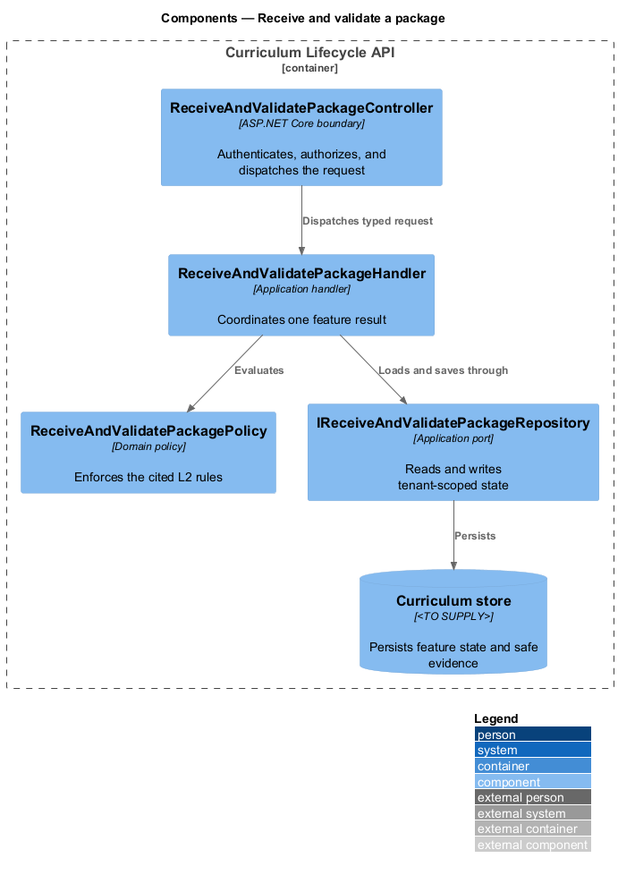
Before: docs/detailed-designs/04-curriculum-lifecycle/receive-and-validate-package/diagrams/c4-component.png, a diagram exported from PlantUML (QuinntyneBrown/RepoFluent).
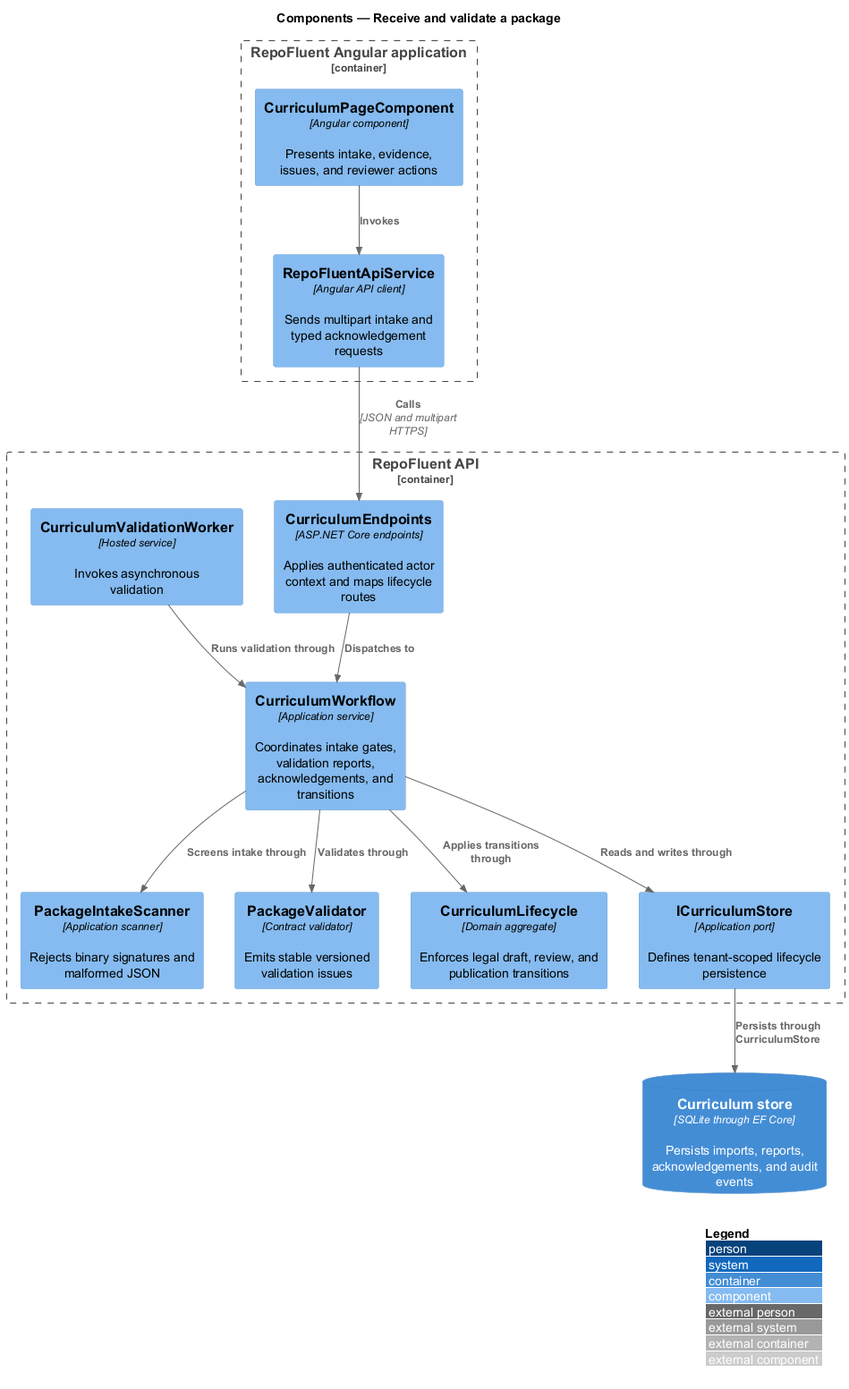
The same file after the commit.

What changed in the source:
```diff
@@ -3,16 +3,30 @@
 LAYOUT_WITH_LEGEND()
 title Components — Receive and validate a package
 
-Container_Boundary(api, "Curriculum Lifecycle API") {
-  Component(controller, "ReceiveAndValidatePackageController", "ASP.NET Core boundary", "Authenticates, authorizes, and dispatches the request")
-  Component(handler, "ReceiveAndValidatePackageHandler", "Application handler", "Coordinates one feature result")
-  Component(policy, "ReceiveAndValidatePackagePolicy", "Domain policy", "Enforces the cited L2 rules")
-  Component(repository, "IReceiveAndValidatePackageRepository", "Application port", "Reads and writes tenant-scoped state")
-  ComponentDb(store, "Curriculum store", "<TO SUPPLY>", "Persists feature state and safe evidence")
+Container_Boundary(web, "RepoFluent Angular application") {
+  Component(page, "CurriculumPageComponent", "Angular component", "Presents intake, evidence, issues, and reviewer actions")
+  Component(client, "RepoFluentApiService", "Angular API client", "Sends multipart intake and typed acknowledgement requests")
 }
 
-Rel(controller, handler, "Dispatches typed request")
-Rel(handler, policy, "Evaluates")
-Rel(handler, repository, "Loads and saves through")
-Rel(repository, store, "Persists")
+Container_Boundary(api, "RepoFluent API") {
+  Component(endpoints, "CurriculumEndpoints", "ASP.NET Core endpoints", "Applies authenticated actor context and maps lifecycle routes")
+  Component(workflow, "CurriculumWorkflow", "Application service", "Coordinates intake gates, validation reports, acknowledgements, and transitions")
+  Component(scanner, "PackageIntakeScanner", "Application scanner", "Rejects binary signatures and malformed JSON")
+  Component(validator, "PackageValidator", "Contract validator", "Emits stable versioned validation issues")
+  Component(lifecycle, "CurriculumLifecycle", "Domain aggregate", "Enforces legal draft, review, and publication transitions")
+  Component(hosted, "CurriculumValidationWorker", "Hosted service", "Invokes asynchronous validation")
+  Component(port, "ICurriculumStore", "Application port", "Defines tenant-scoped lifecycle persistence")
+}
+
+ContainerDb(store, "Curriculum store", "SQLite through EF Core", "Persists imports, reports, acknowledgements, and audit events")
+
+Rel(page, client, "Invokes")
+Rel(client, endpoints, "Calls", "JSON and multipart HTTPS")
+Rel(endpoints, workflow, "Dispatches to")
+Rel(workflow, scanner, "Screens intake through")
+Rel(workflow, validator, "Validates through")
+Rel(workflow, lifecycle, "Applies transitions through")
+Rel(hosted, workflow, "Runs validation through")
+Rel(workflow, port, "Reads and writes through")
+Rel(port, store, "Persists through CurriculumStore")
 @enduml
```
